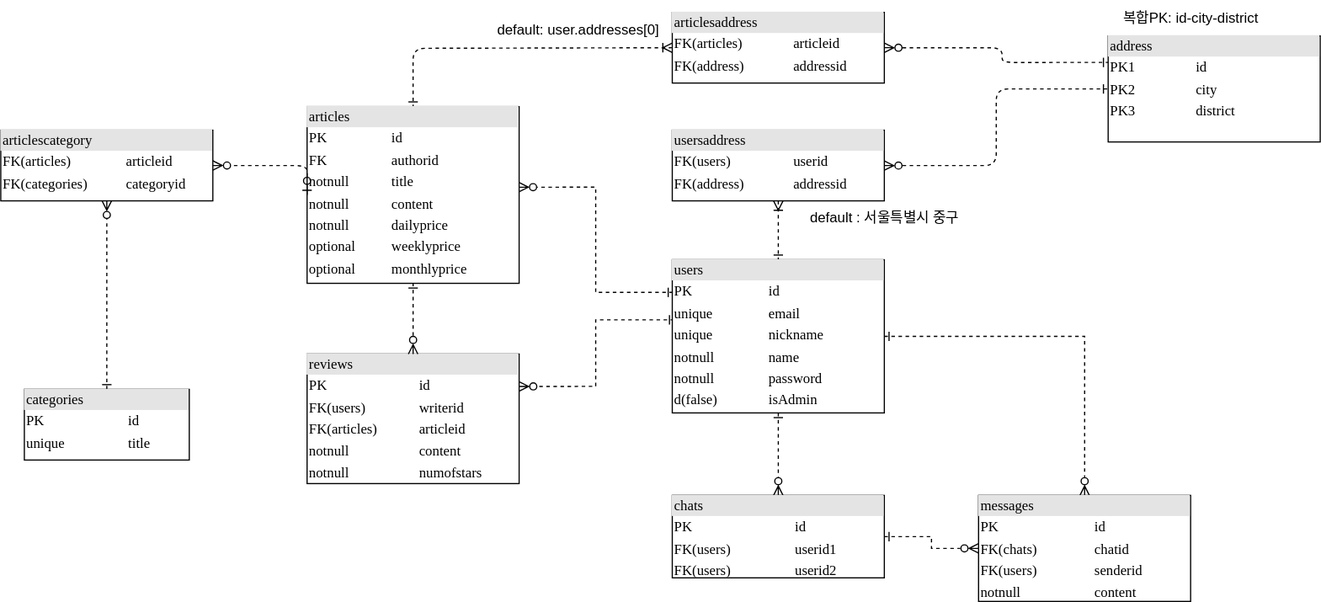
Before: docs/uml/ERD.drawio.svg, a diagram exported from draw.io (1Dohyeon/RentEase). Source tidied: cells renumbered, new cells last; positions are measured from the earlier drawing's top-left corner, leaving out a move shared by most shapes.
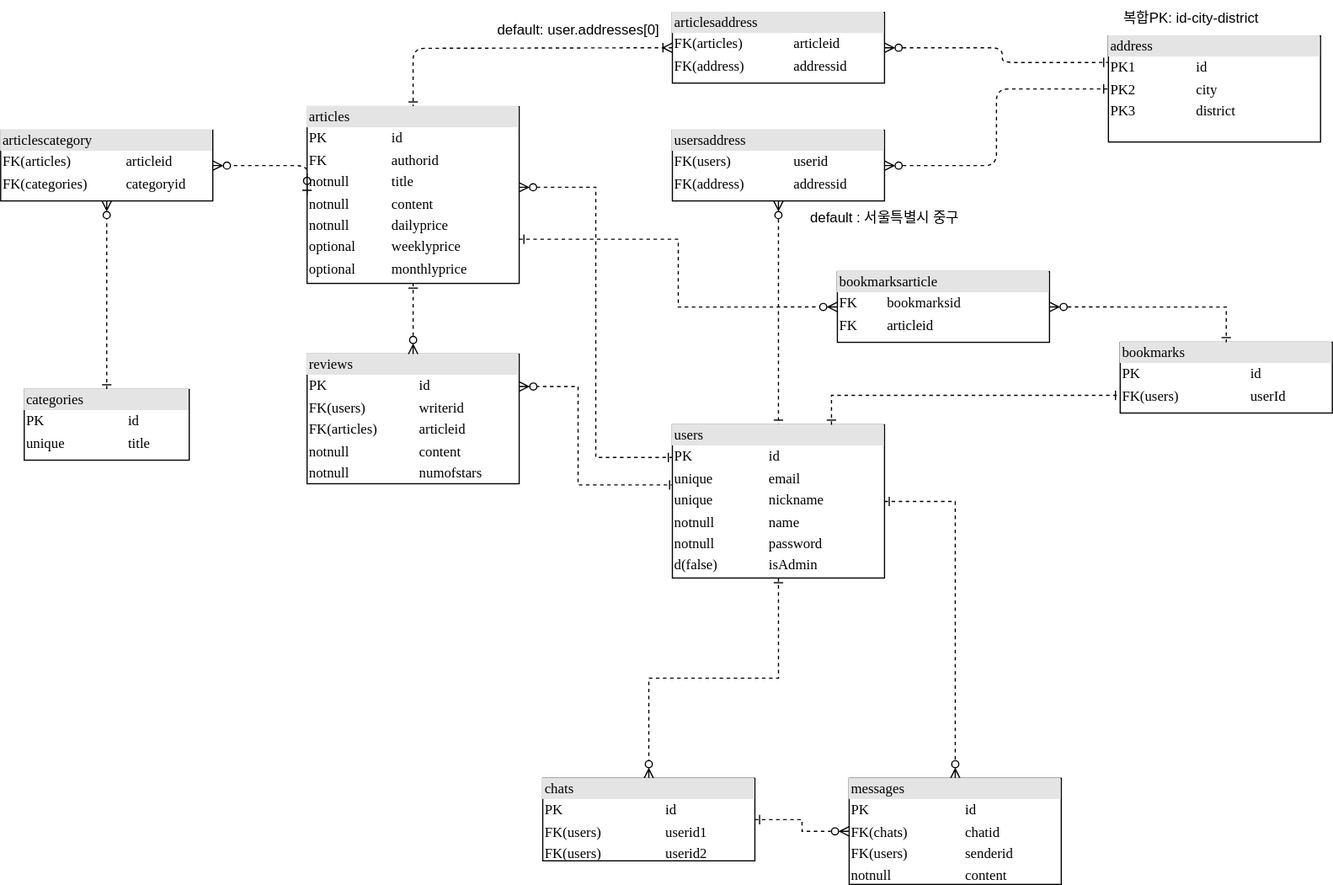
After the commit.

What changed in the source:
```diff
@@ -2,7 +2,7 @@
   <root>
     <mxCell id="0" />
     <mxCell id="1" parent="0" />
-    <mxCell id="2" style="edgeStyle=orthogonalEdgeStyle;html=1;entryX=0.5;entryY=0;dashed=1;labelBackgroundColor=none;startArrow=ERoneToMany;endArrow=ERone;fontFamily=Verdana;fontSize=12;align=left;startFill=0;endFill=0;" parent="1" edge="1" source="4" target="9">
+    <mxCell id="2" style="edgeStyle=orthogonalEdgeStyle;html=1;entryX=0.5;entryY=0;dashed=1;labelBackgroundColor=none;startArrow=ERzeroToMany;endArrow=ERone;fontFamily=Verdana;fontSize=12;align=left;startFill=0;endFill=0;" parent="1" edge="1" source="4" target="9">
       <mxGeometry relative="1" as="geometry" />
     </mxCell>
     <mxCell id="3" style="edgeStyle=orthogonalEdgeStyle;html=1;dashed=1;labelBackgroundColor=none;startArrow=ERzeroToMany;endArrow=ERone;fontFamily=Verdana;fontSize=12;align=left;startFill=0;endFill=0;" parent="1" edge="1" source="4" target="10">
@@ -15,7 +15,12 @@
       <mxGeometry relative="1" as="geometry" />
     </mxCell>
     <mxCell id="6" style="edgeStyle=orthogonalEdgeStyle;rounded=0;jettySize=auto;html=1;exitX=0.009;exitY=0.392;exitDx=0;exitDy=0;entryX=1;entryY=0.25;entryDx=0;entryDy=0;dashed=1;startArrow=ERone;startFill=0;endArrow=ERzeroToMany;endFill=0;exitPerimeter=0;" parent="1" edge="1" source="9" target="22">
-      <mxGeometry relative="1" as="geometry" />
+      <mxGeometry relative="1" as="geometry">
+        <Array as="points">
+          <mxPoint x="490" y="411" />
+          <mxPoint x="490" y="328" />
+        </Array>
+      </mxGeometry>
     </mxCell>
     <mxCell id="7" style="edgeStyle=orthogonalEdgeStyle;rounded=0;jettySize=auto;html=1;exitX=0.5;exitY=1;exitDx=0;exitDy=0;entryX=0.5;entryY=0;entryDx=0;entryDy=0;dashed=1;startArrow=ERone;startFill=0;endArrow=ERzeroToMany;endFill=0;" parent="1" edge="1" source="9" target="25">
       <mxGeometry relative="1" as="geometry" />
@@ -24,7 +29,7 @@
       <mxGeometry relative="1" as="geometry" />
     </mxCell>
     <mxCell id="9" value="&lt;div style=&quot;box-sizing: border-box ; width: 100% ; background: #e4e4e4 ; padding: 2px&quot;&gt;users&lt;/div&gt;&lt;table style=&quot;width: 100% ; font-size: 1em&quot; cellpadding=&quot;2&quot; cellspacing=&quot;0&quot;&gt;&lt;tbody&gt;&lt;tr&gt;&lt;td&gt;PK&lt;/td&gt;&lt;td&gt;id&lt;/td&gt;&lt;/tr&gt;&lt;tr&gt;&lt;td&gt;unique&lt;/td&gt;&lt;td&gt;email&lt;/td&gt;&lt;/tr&gt;&lt;tr&gt;&lt;td&gt;unique&lt;/td&gt;&lt;td&gt;nickname&lt;/td&gt;&lt;/tr&gt;&lt;tr&gt;&lt;td&gt;notnull&lt;br&gt;&lt;/td&gt;&lt;td&gt;name&lt;br&gt;&lt;/td&gt;&lt;/tr&gt;&lt;tr&gt;&lt;td&gt;notnull&lt;br&gt;&lt;/td&gt;&lt;td&gt;password&lt;br&gt;&lt;/td&gt;&lt;/tr&gt;&lt;tr&gt;&lt;td&gt;d(false)&lt;/td&gt;&lt;td&gt;isAdmin&lt;br&gt;&lt;/td&gt;&lt;/tr&gt;&lt;tr&gt;&lt;td&gt;&lt;/td&gt;&lt;td&gt;&lt;br&gt;&lt;/td&gt;&lt;/tr&gt;&lt;/tbody&gt;&lt;/table&gt;" style="verticalAlign=top;align=left;overflow=fill;html=1;rounded=0;shadow=0;comic=0;labelBackgroundColor=none;strokeWidth=1;fontFamily=Verdana;fontSize=12;" parent="1" vertex="1">
-      <mxGeometry x="570" y="220" width="180" height="130" as="geometry" />
+      <mxGeometry x="570" y="360" width="180" height="130" as="geometry" />
     </mxCell>
     <mxCell id="10" value="&lt;div style=&quot;box-sizing:border-box;width:100%;background:#e4e4e4;padding:2px;&quot;&gt;address&lt;/div&gt;&lt;table style=&quot;width:100%;font-size:1em;&quot; cellpadding=&quot;2&quot; cellspacing=&quot;0&quot;&gt;&lt;tbody&gt;&lt;tr&gt;&lt;td&gt;PK1&lt;/td&gt;&lt;td&gt;id&lt;/td&gt;&lt;/tr&gt;&lt;tr&gt;&lt;td&gt;PK2&lt;br&gt;&lt;/td&gt;&lt;td&gt;city&lt;/td&gt;&lt;/tr&gt;&lt;tr&gt;&lt;td&gt;PK3&lt;/td&gt;&lt;td&gt;district&lt;/td&gt;&lt;/tr&gt;&lt;/tbody&gt;&lt;/table&gt;" style="verticalAlign=top;align=left;overflow=fill;html=1;rounded=0;shadow=0;comic=0;labelBackgroundColor=none;strokeWidth=1;fontFamily=Verdana;fontSize=12;" parent="1" vertex="1">
       <mxGeometry x="940" y="30" width="180" height="90" as="geometry" />
@@ -51,6 +56,9 @@
     <mxCell id="15" value="default : 서울특별시 중구" style="text;html=1;align=center;verticalAlign=middle;strokeColor=none;fillColor=none;" parent="1" vertex="1">
       <mxGeometry x="670" y="170" width="160" height="30" as="geometry" />
     </mxCell>
+    <mxCell id="27" style="edgeStyle=orthogonalEdgeStyle;rounded=0;jettySize=auto;html=1;exitX=1;exitY=0.75;exitDx=0;exitDy=0;entryX=0;entryY=0.5;entryDx=0;entryDy=0;startArrow=ERone;startFill=0;endArrow=ERzeroToMany;endFill=0;dashed=1;" parent="1" edge="1" source="16" target="31">
+      <mxGeometry relative="1" as="geometry" />
+    </mxCell>
     <mxCell id="16" value="&lt;div style=&quot;box-sizing: border-box ; width: 100% ; background: #e4e4e4 ; padding: 2px&quot;&gt;articles&lt;/div&gt;&lt;table style=&quot;width: 100% ; font-size: 1em&quot; cellpadding=&quot;2&quot; cellspacing=&quot;0&quot;&gt;&lt;tbody&gt;&lt;tr&gt;&lt;td&gt;PK&lt;/td&gt;&lt;td&gt;id&lt;/td&gt;&lt;/tr&gt;&lt;tr&gt;&lt;td&gt;FK&lt;/td&gt;&lt;td&gt;authorid&lt;/td&gt;&lt;/tr&gt;&lt;tr&gt;&lt;td&gt;notnull&lt;/td&gt;&lt;td&gt;title&lt;/td&gt;&lt;/tr&gt;&lt;tr&gt;&lt;td&gt;notnull&lt;br&gt;&lt;/td&gt;&lt;td&gt;content&lt;br&gt;&lt;/td&gt;&lt;/tr&gt;&lt;tr&gt;&lt;td&gt;notnull&lt;/td&gt;&lt;td&gt;dailyprice&lt;/td&gt;&lt;/tr&gt;&lt;tr&gt;&lt;td&gt;optional&lt;/td&gt;&lt;td&gt;weeklyprice&lt;br&gt;&lt;/td&gt;&lt;/tr&gt;&lt;tr&gt;&lt;td&gt;optional&lt;/td&gt;&lt;td&gt;monthlyprice&lt;/td&gt;&lt;/tr&gt;&lt;/tbody&gt;&lt;/table&gt;" style="verticalAlign=top;align=left;overflow=fill;html=1;rounded=0;shadow=0;comic=0;labelBackgroundColor=none;strokeWidth=1;fontFamily=Verdana;fontSize=12;" parent="1" vertex="1">
       <mxGeometry x="260" y="90" width="180" height="150" as="geometry" />
     </mxCell>
@@ -84,10 +92,22 @@
       <mxGeometry relative="1" as="geometry" />
     </mxCell>
     <mxCell id="25" value="&lt;div style=&quot;box-sizing: border-box ; width: 100% ; background: #e4e4e4 ; padding: 2px&quot;&gt;chats&lt;/div&gt;&lt;table style=&quot;width: 100% ; font-size: 1em&quot; cellpadding=&quot;2&quot; cellspacing=&quot;0&quot;&gt;&lt;tbody&gt;&lt;tr&gt;&lt;td&gt;PK&lt;/td&gt;&lt;td&gt;id&lt;/td&gt;&lt;/tr&gt;&lt;tr&gt;&lt;td&gt;FK(users)&lt;/td&gt;&lt;td&gt;userid1&lt;/td&gt;&lt;/tr&gt;&lt;tr&gt;&lt;td&gt;FK(users)&lt;br&gt;&lt;/td&gt;&lt;td&gt;userid2&lt;/td&gt;&lt;/tr&gt;&lt;tr&gt;&lt;td&gt;&lt;br&gt;&lt;/td&gt;&lt;td&gt;&lt;br&gt;&lt;/td&gt;&lt;/tr&gt;&lt;tr&gt;&lt;td&gt;&lt;br&gt;&lt;/td&gt;&lt;td&gt;&lt;br&gt;&lt;/td&gt;&lt;/tr&gt;&lt;tr&gt;&lt;td&gt;&lt;/td&gt;&lt;td&gt;&lt;br&gt;&lt;/td&gt;&lt;/tr&gt;&lt;tr&gt;&lt;td&gt;&lt;/td&gt;&lt;td&gt;&lt;br&gt;&lt;/td&gt;&lt;/tr&gt;&lt;/tbody&gt;&lt;/table&gt;" style="verticalAlign=top;align=left;overflow=fill;html=1;rounded=0;shadow=0;comic=0;labelBackgroundColor=none;strokeWidth=1;fontFamily=Verdana;fontSize=12;" parent="1" vertex="1">
-      <mxGeometry x="570" y="420" width="180" height="70" as="geometry" />
+      <mxGeometry x="460" y="660" width="180" height="70" as="geometry" />
     </mxCell>
     <mxCell id="26" value="&lt;div style=&quot;box-sizing: border-box ; width: 100% ; background: #e4e4e4 ; padding: 2px&quot;&gt;messages&lt;/div&gt;&lt;table style=&quot;width: 100% ; font-size: 1em&quot; cellpadding=&quot;2&quot; cellspacing=&quot;0&quot;&gt;&lt;tbody&gt;&lt;tr&gt;&lt;td&gt;PK&lt;/td&gt;&lt;td&gt;id&lt;/td&gt;&lt;/tr&gt;&lt;tr&gt;&lt;td&gt;FK(chats)&lt;/td&gt;&lt;td&gt;chatid&lt;/td&gt;&lt;/tr&gt;&lt;tr&gt;&lt;td&gt;FK(users)&lt;/td&gt;&lt;td&gt;senderid&lt;/td&gt;&lt;/tr&gt;&lt;tr&gt;&lt;td&gt;notnull&lt;br&gt;&lt;/td&gt;&lt;td&gt;content&lt;br&gt;&lt;/td&gt;&lt;/tr&gt;&lt;tr&gt;&lt;td&gt;&lt;br&gt;&lt;/td&gt;&lt;td&gt;&lt;br&gt;&lt;/td&gt;&lt;/tr&gt;&lt;tr&gt;&lt;td&gt;&lt;br&gt;&lt;/td&gt;&lt;td&gt;&lt;br&gt;&lt;/td&gt;&lt;/tr&gt;&lt;tr&gt;&lt;td&gt;&lt;/td&gt;&lt;td&gt;&lt;br&gt;&lt;/td&gt;&lt;/tr&gt;&lt;/tbody&gt;&lt;/table&gt;" style="verticalAlign=top;align=left;overflow=fill;html=1;rounded=0;shadow=0;comic=0;labelBackgroundColor=none;strokeWidth=1;fontFamily=Verdana;fontSize=12;" parent="1" vertex="1">
-      <mxGeometry x="830" y="420" width="180" height="90" as="geometry" />
+      <mxGeometry x="720" y="660" width="180" height="90" as="geometry" />
     </mxCell>
+    <mxCell id="28" value="&lt;div style=&quot;box-sizing: border-box ; width: 100% ; background: #e4e4e4 ; padding: 2px&quot;&gt;bookmarks&lt;/div&gt;&lt;table style=&quot;width: 100% ; font-size: 1em&quot; cellpadding=&quot;2&quot; cellspacing=&quot;0&quot;&gt;&lt;tbody&gt;&lt;tr&gt;&lt;td&gt;PK&lt;/td&gt;&lt;td&gt;id&lt;/td&gt;&lt;/tr&gt;&lt;tr&gt;&lt;td&gt;FK(users)&lt;/td&gt;&lt;td&gt;userId&lt;/td&gt;&lt;/tr&gt;&lt;tr&gt;&lt;td&gt;&lt;br&gt;&lt;/td&gt;&lt;td&gt;&lt;br&gt;&lt;/td&gt;&lt;/tr&gt;&lt;tr&gt;&lt;td&gt;&lt;br&gt;&lt;/td&gt;&lt;td&gt;&lt;br&gt;&lt;/td&gt;&lt;/tr&gt;&lt;tr&gt;&lt;td&gt;&lt;br&gt;&lt;/td&gt;&lt;td&gt;&lt;br&gt;&lt;/td&gt;&lt;/tr&gt;&lt;tr&gt;&lt;td&gt;&lt;br&gt;&lt;/td&gt;&lt;td&gt;&lt;br&gt;&lt;/td&gt;&lt;/tr&gt;&lt;tr&gt;&lt;td&gt;&lt;/td&gt;&lt;td&gt;&lt;br&gt;&lt;/td&gt;&lt;/tr&gt;&lt;/tbody&gt;&lt;/table&gt;" style="verticalAlign=top;align=left;overflow=fill;html=1;rounded=0;shadow=0;comic=0;labelBackgroundColor=none;strokeWidth=1;fontFamily=Verdana;fontSize=12;" parent="1" vertex="1">
+      <mxGeometry x="950" y="290" width="180" height="60" as="geometry" />
+    </mxCell>
+    <mxCell id="29" style="edgeStyle=orthogonalEdgeStyle;rounded=0;jettySize=auto;html=1;exitX=0.75;exitY=0;exitDx=0;exitDy=0;entryX=0;entryY=0.75;entryDx=0;entryDy=0;endArrow=ERone;endFill=0;startArrow=ERone;startFill=0;dashed=1;" parent="1" edge="1" source="9" target="28">
+      <mxGeometry relative="1" as="geometry" />
+    </mxCell>
+    <mxCell id="30" style="edgeStyle=orthogonalEdgeStyle;rounded=0;jettySize=auto;html=1;exitX=1;exitY=0.5;exitDx=0;exitDy=0;entryX=0.5;entryY=0;entryDx=0;entryDy=0;startArrow=ERzeroToMany;startFill=0;endArrow=ERone;endFill=0;dashed=1;" parent="1" edge="1" source="31" target="28">
+      <mxGeometry relative="1" as="geometry" />
+    </mxCell>
+    <mxCell id="31" value="&lt;div style=&quot;box-sizing: border-box ; width: 100% ; background: #e4e4e4 ; padding: 2px&quot;&gt;bookmarksarticle&lt;/div&gt;&lt;table style=&quot;width: 100% ; font-size: 1em&quot; cellpadding=&quot;2&quot; cellspacing=&quot;0&quot;&gt;&lt;tbody&gt;&lt;tr&gt;&lt;td&gt;FK&lt;/td&gt;&lt;td&gt;bookmarksid&lt;/td&gt;&lt;/tr&gt;&lt;tr&gt;&lt;td&gt;FK&lt;/td&gt;&lt;td&gt;articleid&lt;/td&gt;&lt;/tr&gt;&lt;tr&gt;&lt;td&gt;&lt;br&gt;&lt;/td&gt;&lt;td&gt;&lt;br&gt;&lt;/td&gt;&lt;/tr&gt;&lt;tr&gt;&lt;td&gt;&lt;br&gt;&lt;/td&gt;&lt;td&gt;&lt;br&gt;&lt;/td&gt;&lt;/tr&gt;&lt;tr&gt;&lt;td&gt;&lt;br&gt;&lt;/td&gt;&lt;td&gt;&lt;br&gt;&lt;/td&gt;&lt;/tr&gt;&lt;tr&gt;&lt;td&gt;&lt;br&gt;&lt;/td&gt;&lt;td&gt;&lt;br&gt;&lt;/td&gt;&lt;/tr&gt;&lt;tr&gt;&lt;td&gt;&lt;/td&gt;&lt;td&gt;&lt;br&gt;&lt;/td&gt;&lt;/tr&gt;&lt;/tbody&gt;&lt;/table&gt;" style="verticalAlign=top;align=left;overflow=fill;html=1;rounded=0;shadow=0;comic=0;labelBackgroundColor=none;strokeWidth=1;fontFamily=Verdana;fontSize=12;" parent="1" vertex="1">
+      <mxGeometry x="710" y="230" width="180" height="60" as="geometry" />
+    </mxCell>
   </root>
 </mxGraphModel>
```
